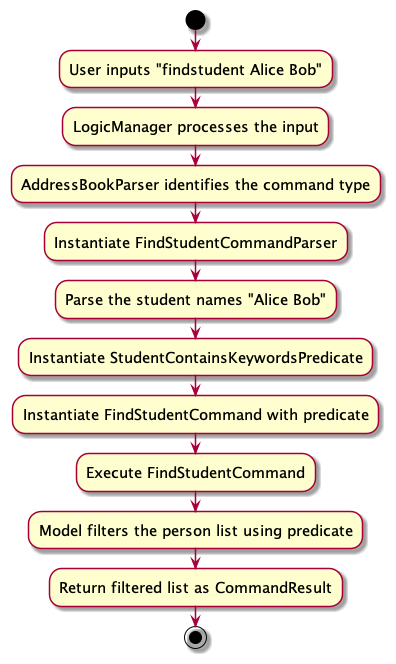
Above: docs/images/FindstudentActivityDiagram.png in tanteckfang/tp (PlantUML), before the change.
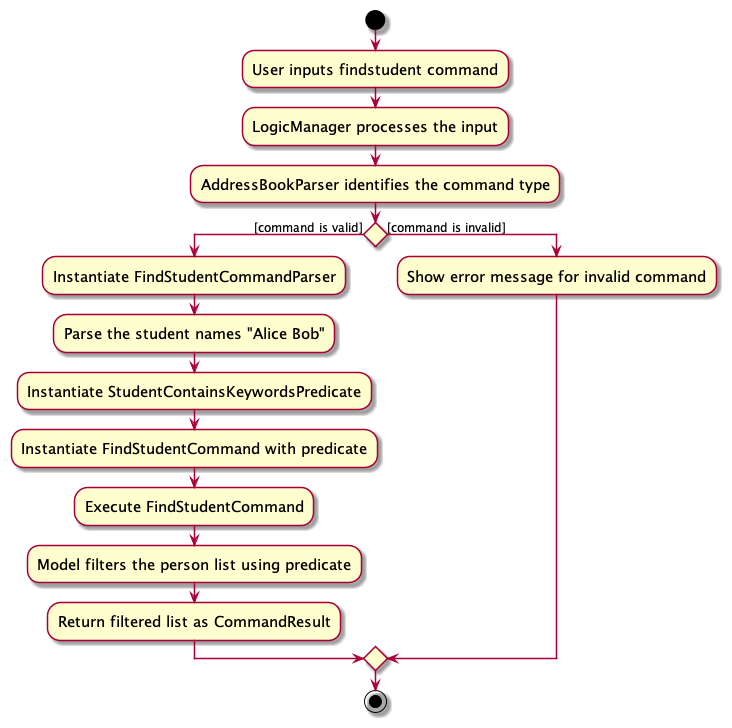
The same file after the commit.

The edit, as a diff of the source:
```diff
@@ -5,25 +5,23 @@
 
 start
 
-:User inputs "findstudent Alice Bob";
+:User inputs findstudent command;
 
 :LogicManager processes the input;
 
 :AddressBookParser identifies the command type;
 
-:Instantiate FindStudentCommandParser;
-
-:Parse the student names "Alice Bob";
-
-:Instantiate StudentContainsKeywordsPredicate;
-
-:Instantiate FindStudentCommand with predicate;
-
-:Execute FindStudentCommand;
-
-:Model filters the person list using predicate;
-
-:Return filtered list as CommandResult;
+if () then ([command is valid])
+    :Instantiate FindStudentCommandParser;
+    :Parse the student names "Alice Bob";
+    :Instantiate StudentContainsKeywordsPredicate;
+    :Instantiate FindStudentCommand with predicate;
+    :Execute FindStudentCommand;
+    :Model filters the person list using predicate;
+    :Return filtered list as CommandResult;
+else ([command is invalid])
+    :Show error message for invalid command;
+endif
 
 stop
 
```
